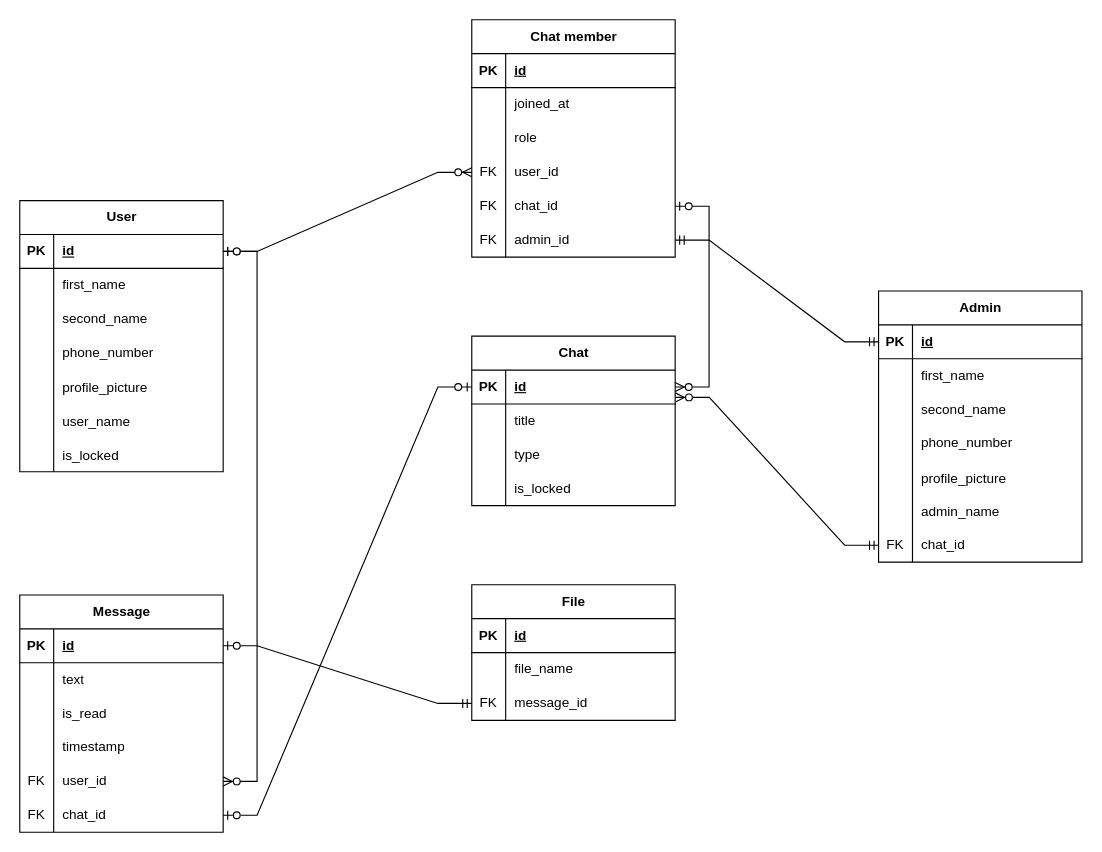
The draw.io diagram ERWin Logical.drawio in marsek4/database, before the edit. Source tidied: cells renumbered, new cells numbered last; positions are measured from the earlier drawing's top-left corner, leaving out a move shared by most shapes. Both pictures are drawn from the tidied source at 113%, with x=0, y=0 at pixel (19, 19).
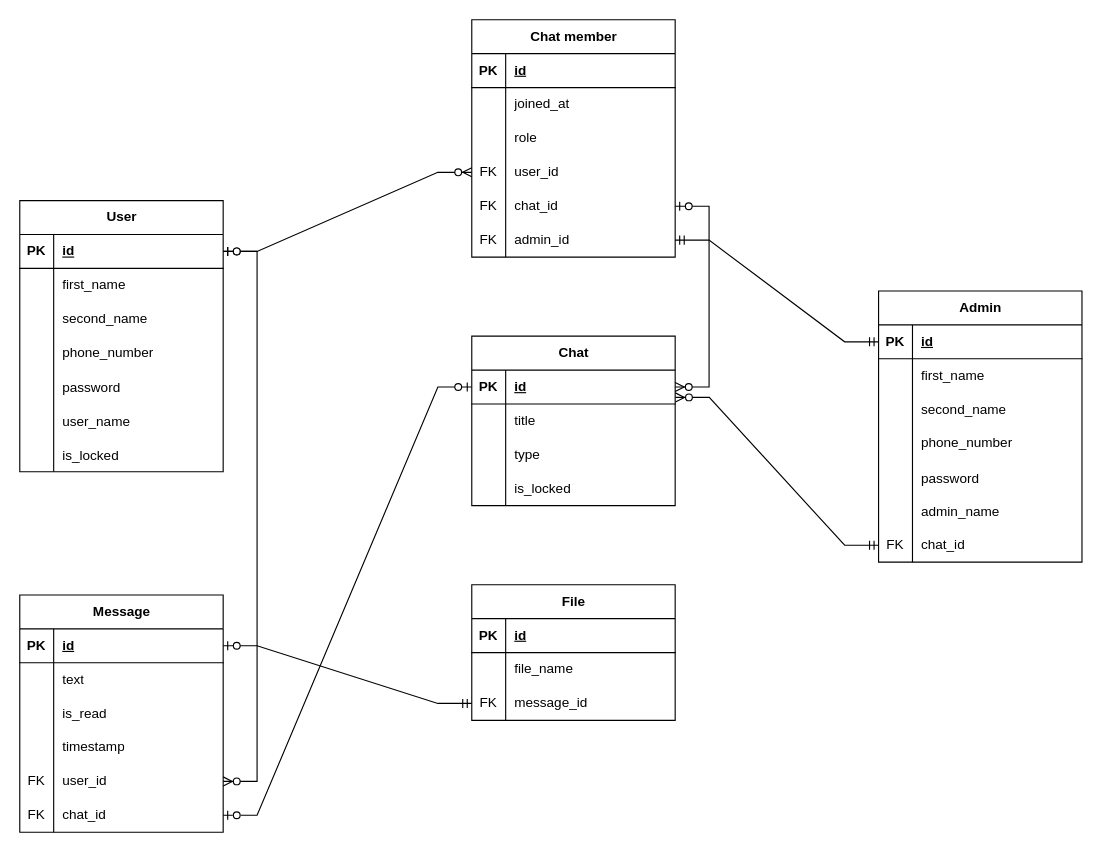
The same diagram, later.

Unchanged cells that the change refers to:
```xml
<mxCell id="15" style="shape=tableRow;horizontal=0;startSize=0;swimlaneHead=0;swimlaneBody=0;fillColor=none;top=0;left=0;right=0;bottom=0;" parent="2" vertex="1">
  <mxGeometry y="150" width="180" height="30" as="geometry" />
</mxCell>
<mxCell id="103" style="shape=tableRow;horizontal=0;startSize=0;swimlaneHead=0;swimlaneBody=0;fillColor=none;top=0;left=0;right=0;bottom=0;" parent="90" vertex="1">
  <mxGeometry y="150" width="180" height="30" as="geometry" />
</mxCell>
```

Diff of the diagram source:
```diff
@@
-    <mxCell id="17" value="profile_picture" style="shape=partialRectangle;fillColor=none;top=0;left=0;bottom=0;right=0;align=left;spacingLeft=6;overflow=hidden;" parent="15" vertex="1">
+    <mxCell id="17" value="password" style="shape=partialRectangle;fillColor=none;top=0;left=0;bottom=0;right=0;align=left;spacingLeft=6;overflow=hidden;" parent="15" vertex="1">
       <mxGeometry x="30" width="150" height="30" as="geometry" />
     </mxCell>
@@
-    <mxCell id="105" value="profile_picture" style="shape=partialRectangle;fillColor=none;top=0;left=0;bottom=0;right=0;align=left;spacingLeft=6;overflow=hidden;" parent="103" vertex="1">
+    <mxCell id="105" value="password" style="shape=partialRectangle;fillColor=none;top=0;left=0;bottom=0;right=0;align=left;spacingLeft=6;overflow=hidden;" parent="103" vertex="1">
       <mxGeometry x="30" width="150" height="30" as="geometry" />
     </mxCell>
```
